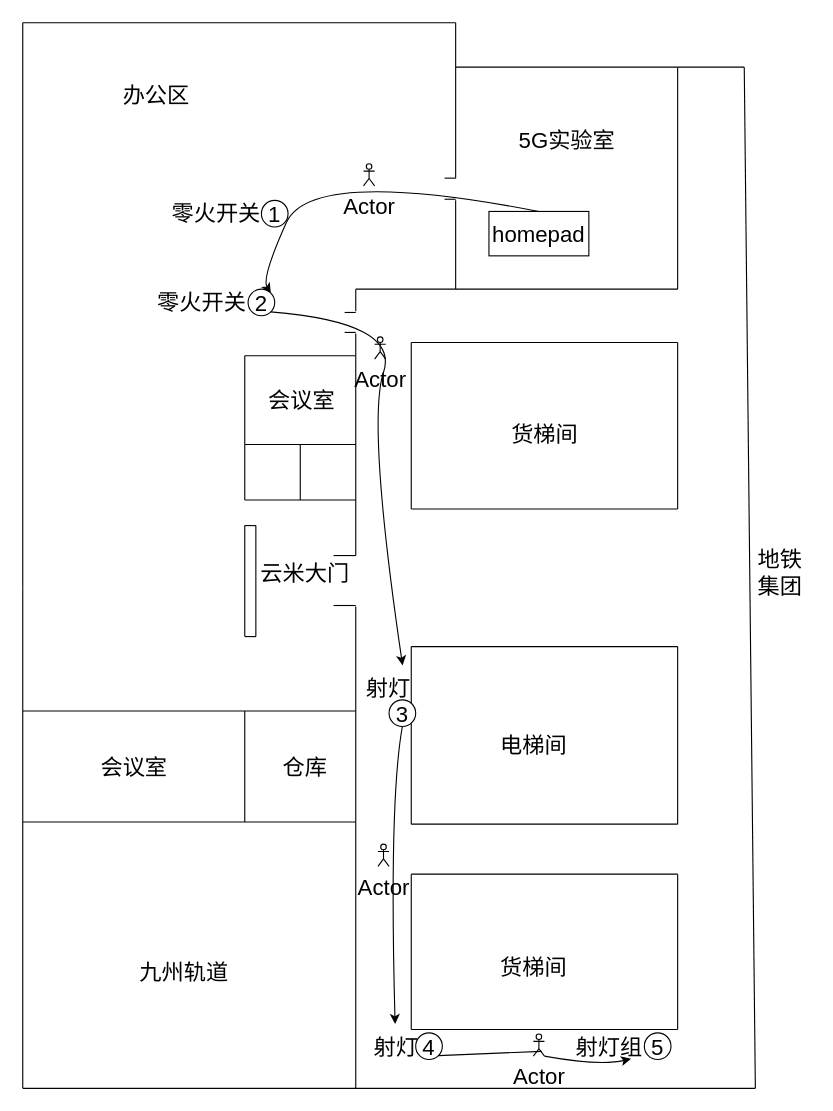
This is page "第 10 页" (10 of 10) of Untitled Diagram.drawio from echo-Github000/Anna, a draw.io file, before an edit. Source tidied: cells renumbered, new cells numbered last; positions are measured from the earlier drawing's top-left corner, leaving out a move shared by most shapes. Both pictures are drawn from the tidied source at 111%, with x=0, y=0 at pixel (22, 22).
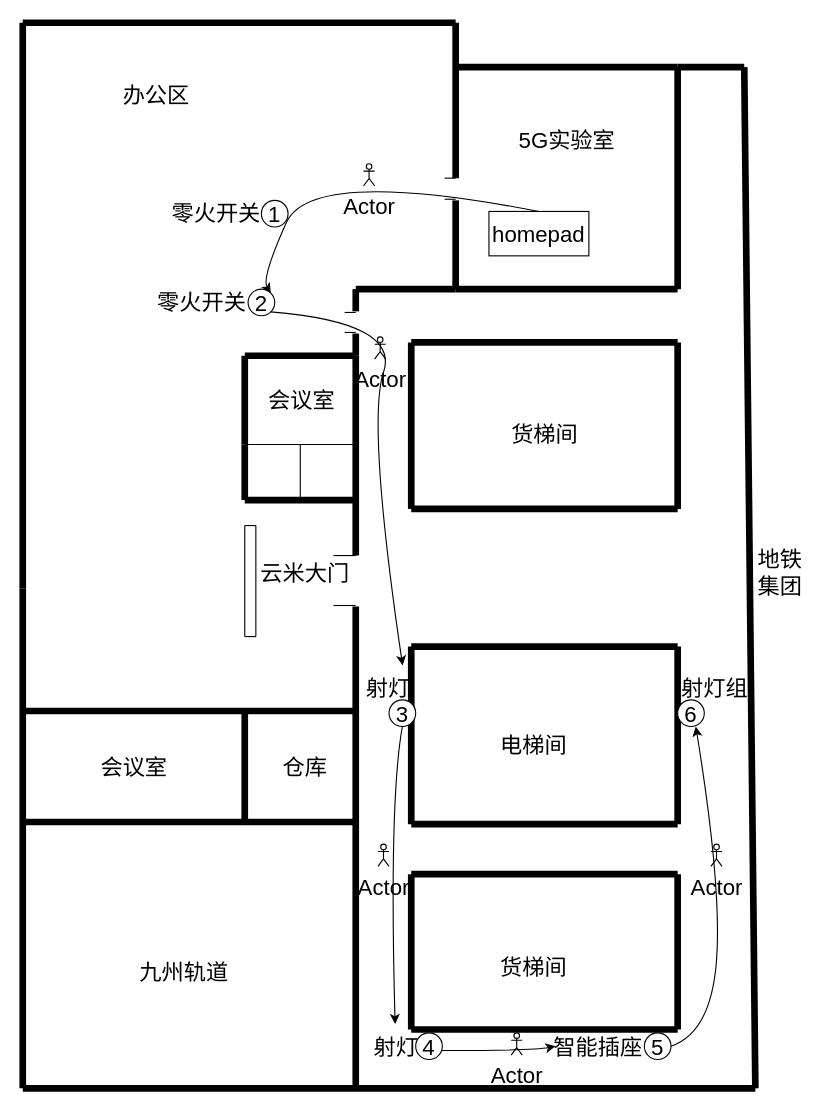
The same page after the edit.

Unchanged cells that the change refers to:
```xml
<mxCell id="58" value="4" style="ellipse;whiteSpace=wrap;html=1;fontSize=20;" parent="1" vertex="1">
  <mxGeometry x="354" y="910" width="24" height="24" as="geometry" />
</mxCell>
<mxCell id="59" value="5" style="ellipse;whiteSpace=wrap;html=1;fontSize=20;" parent="1" vertex="1">
  <mxGeometry x="560" y="910" width="24" height="24" as="geometry" />
</mxCell>
```

The edit, as a diff of the source:
```diff
@@
-    <mxCell id="2" style="endArrow=none;html=1;rounded=0;fontSize=20;" parent="1" edge="1">
+    <mxCell id="2" style="endArrow=none;html=1;rounded=0;fontSize=20;strokeWidth=6;" parent="1" edge="1">
       <mxGeometry relative="1" as="geometry">
         <mxPoint as="sourcePoint" />
         <mxPoint x="390" as="targetPoint" />
       </mxGeometry>
     </mxCell>
-    <mxCell id="3" style="endArrow=none;html=1;rounded=0;fontSize=20;" parent="1" edge="1">
+    <mxCell id="3" style="endArrow=none;html=1;rounded=0;fontSize=20;strokeWidth=6;" parent="1" edge="1">
       <mxGeometry relative="1" as="geometry">
         <mxPoint y="510" as="sourcePoint" />
         <mxPoint as="targetPoint" />
       </mxGeometry>
     </mxCell>
-    <mxCell id="4" style="endArrow=none;html=1;rounded=0;fontSize=20;" parent="1" edge="1">
+    <mxCell id="4" style="endArrow=none;html=1;rounded=0;fontSize=20;strokeWidth=6;" parent="1" edge="1">
       <mxGeometry relative="1" as="geometry">
         <mxPoint x="390" y="140" as="sourcePoint" />
         <mxPoint x="390" as="targetPoint" />
       </mxGeometry>
     </mxCell>
-    <mxCell id="5" style="endArrow=none;html=1;rounded=0;fontSize=20;" parent="1" edge="1">
+    <mxCell id="5" style="endArrow=none;html=1;rounded=0;fontSize=20;strokeWidth=6;" parent="1" edge="1">
       <mxGeometry relative="1" as="geometry">
         <mxPoint x="590" y="240" as="sourcePoint" />
         <mxPoint x="590" y="40" as="targetPoint" />
       </mxGeometry>
     </mxCell>
-    <mxCell id="6" style="endArrow=none;html=1;rounded=0;fontSize=20;" parent="1" edge="1">
+    <mxCell id="6" style="endArrow=none;html=1;rounded=0;fontSize=20;strokeWidth=6;" parent="1" edge="1">
       <mxGeometry relative="1" as="geometry">
         <mxPoint x="390" y="240" as="sourcePoint" />
         <mxPoint x="590" y="240" as="targetPoint" />
       </mxGeometry>
     </mxCell>
-    <mxCell id="7" style="endArrow=none;html=1;rounded=0;fontSize=20;" parent="1" edge="1">
+    <mxCell id="7" style="endArrow=none;html=1;rounded=0;fontSize=20;strokeWidth=6;" parent="1" edge="1">
       <mxGeometry relative="1" as="geometry">
         <mxPoint x="390" y="160" as="sourcePoint" />
         <mxPoint x="390" y="240" as="targetPoint" />
       </mxGeometry>
     </mxCell>
-    <mxCell id="8" style="endArrow=none;html=1;rounded=0;fontSize=20;" parent="1" edge="1">
+    <mxCell id="8" style="endArrow=none;html=1;rounded=0;fontSize=20;strokeWidth=6;" parent="1" edge="1">
       <mxGeometry relative="1" as="geometry">
         <mxPoint x="300" y="240" as="sourcePoint" />
         <mxPoint x="390" y="240" as="targetPoint" />
       </mxGeometry>
     </mxCell>
-    <mxCell id="9" style="endArrow=none;html=1;rounded=0;fontSize=20;" parent="1" edge="1">
+    <mxCell id="9" style="endArrow=none;html=1;rounded=0;fontSize=20;strokeWidth=6;" parent="1" edge="1">
       <mxGeometry relative="1" as="geometry">
         <mxPoint x="300" y="260" as="sourcePoint" />
         <mxPoint x="300" y="240" as="targetPoint" />
       </mxGeometry>
     </mxCell>
-    <mxCell id="10" style="endArrow=none;html=1;rounded=0;fontSize=20;" parent="1" edge="1">
+    <mxCell id="10" style="endArrow=none;html=1;rounded=0;fontSize=20;strokeWidth=6;" parent="1" edge="1">
       <mxGeometry relative="1" as="geometry">
         <mxPoint x="300" y="280" as="sourcePoint" />
         <mxPoint x="300" y="300" as="targetPoint" />
       </mxGeometry>
     </mxCell>
-    <mxCell id="11" style="endArrow=none;html=1;rounded=0;fontSize=20;" parent="1" edge="1">
+    <mxCell id="11" style="endArrow=none;html=1;rounded=0;fontSize=20;strokeWidth=6;" parent="1" edge="1">
       <mxGeometry relative="1" as="geometry">
         <mxPoint x="300" y="300" as="sourcePoint" />
         <mxPoint x="200" y="300" as="targetPoint" />
       </mxGeometry>
     </mxCell>
-    <mxCell id="12" style="endArrow=none;html=1;rounded=0;fontSize=20;" parent="1" edge="1">
+    <mxCell id="12" style="endArrow=none;html=1;rounded=0;fontSize=20;strokeWidth=6;" parent="1" edge="1">
       <mxGeometry relative="1" as="geometry">
         <mxPoint x="200" y="300" as="sourcePoint" />
         <mxPoint x="200" y="380" as="targetPoint" />
       </mxGeometry>
     </mxCell>
@@
-    <mxCell id="14" style="endArrow=none;html=1;rounded=0;fontSize=20;" parent="1" edge="1">
+    <mxCell id="14" style="endArrow=none;html=1;rounded=0;fontSize=20;strokeWidth=6;" parent="1" edge="1">
       <mxGeometry relative="1" as="geometry">
         <mxPoint x="300" y="300" as="sourcePoint" />
         <mxPoint x="300" y="480" as="targetPoint" />
       </mxGeometry>
     </mxCell>
-    <mxCell id="15" style="endArrow=none;html=1;rounded=0;fontSize=20;" parent="1" edge="1">
+    <mxCell id="15" style="endArrow=none;html=1;rounded=0;fontSize=20;strokeWidth=6;" parent="1" edge="1">
       <mxGeometry relative="1" as="geometry">
         <mxPoint x="200" y="380" as="sourcePoint" />
         <mxPoint x="200" y="430" as="targetPoint" />
       </mxGeometry>
     </mxCell>
-    <mxCell id="16" style="endArrow=none;html=1;rounded=0;fontSize=20;" parent="1" edge="1">
+    <mxCell id="16" style="endArrow=none;html=1;rounded=0;fontSize=20;strokeWidth=6;" parent="1" edge="1">
       <mxGeometry relative="1" as="geometry">
         <mxPoint x="200" y="430" as="sourcePoint" />
         <mxPoint x="300" y="430" as="targetPoint" />
         <Array as="points">
           <mxPoint x="250" y="430" />
         </Array>
       </mxGeometry>
     </mxCell>
@@
-    <mxCell id="26" style="endArrow=none;html=1;rounded=0;fontSize=20;" parent="1" edge="1">
+    <mxCell id="26" style="endArrow=none;html=1;rounded=0;fontSize=20;strokeWidth=6;" parent="1" edge="1">
       <mxGeometry relative="1" as="geometry">
         <mxPoint x="300" y="526" as="sourcePoint" />
         <mxPoint x="300" y="720" as="targetPoint" />
       </mxGeometry>
     </mxCell>
@@
-    <mxCell id="29" style="endArrow=none;html=1;rounded=0;fontSize=20;" parent="1" edge="1">
+    <mxCell id="29" style="endArrow=none;html=1;rounded=0;fontSize=20;strokeWidth=6;" parent="1" edge="1">
       <mxGeometry relative="1" as="geometry">
         <mxPoint x="300" y="620" as="sourcePoint" />
         <mxPoint y="620" as="targetPoint" />
       </mxGeometry>
     </mxCell>
-    <mxCell id="30" style="endArrow=none;html=1;rounded=0;fontSize=20;" parent="1" edge="1">
+    <mxCell id="30" style="endArrow=none;html=1;rounded=0;fontSize=20;strokeWidth=6;" parent="1" edge="1">
       <mxGeometry relative="1" as="geometry">
         <mxPoint y="510" as="sourcePoint" />
         <mxPoint y="720" as="targetPoint" />
       </mxGeometry>
     </mxCell>
-    <mxCell id="31" style="endArrow=none;html=1;rounded=0;fontSize=20;" parent="1" edge="1">
+    <mxCell id="31" style="endArrow=none;html=1;rounded=0;fontSize=20;strokeWidth=6;" parent="1" edge="1">
       <mxGeometry relative="1" as="geometry">
         <mxPoint y="720" as="sourcePoint" />
         <mxPoint x="300" y="720" as="targetPoint" />
       </mxGeometry>
     </mxCell>
-    <mxCell id="32" style="endArrow=none;html=1;rounded=0;fontSize=20;" parent="1" edge="1">
+    <mxCell id="32" style="endArrow=none;html=1;rounded=0;fontSize=20;strokeWidth=6;" parent="1" edge="1">
       <mxGeometry relative="1" as="geometry">
         <mxPoint x="200" y="620" as="sourcePoint" />
         <mxPoint x="200" y="720" as="targetPoint" />
       </mxGeometry>
     </mxCell>
-    <mxCell id="33" style="endArrow=none;html=1;rounded=0;fontSize=20;" parent="1" edge="1">
+    <mxCell id="33" style="endArrow=none;html=1;rounded=0;fontSize=20;strokeWidth=6;" parent="1" edge="1">
       <mxGeometry relative="1" as="geometry">
         <mxPoint x="390" y="40" as="sourcePoint" />
         <mxPoint x="590" y="40" as="targetPoint" />
       </mxGeometry>
     </mxCell>
-    <mxCell id="34" style="endArrow=none;html=1;rounded=0;fontSize=20;" parent="1" edge="1">
+    <mxCell id="34" style="endArrow=none;html=1;rounded=0;fontSize=20;strokeWidth=6;" parent="1" edge="1">
       <mxGeometry relative="1" as="geometry">
         <mxPoint x="350" y="288" as="sourcePoint" />
         <mxPoint x="590" y="288" as="targetPoint" />
       </mxGeometry>
     </mxCell>
-    <mxCell id="35" style="endArrow=none;html=1;rounded=0;fontSize=20;" parent="1" edge="1">
+    <mxCell id="35" style="endArrow=none;html=1;rounded=0;fontSize=20;strokeWidth=6;" parent="1" edge="1">
       <mxGeometry relative="1" as="geometry">
         <mxPoint x="350" y="438" as="sourcePoint" />
         <mxPoint x="350" y="288" as="targetPoint" />
       </mxGeometry>
     </mxCell>
-    <mxCell id="36" style="endArrow=none;html=1;rounded=0;fontSize=20;" parent="1" edge="1">
+    <mxCell id="36" style="endArrow=none;html=1;rounded=0;fontSize=20;strokeWidth=6;" parent="1" edge="1">
       <mxGeometry relative="1" as="geometry">
         <mxPoint x="350" y="438" as="sourcePoint" />
         <mxPoint x="590" y="438" as="targetPoint" />
       </mxGeometry>
     </mxCell>
-    <mxCell id="37" style="endArrow=none;html=1;rounded=0;fontSize=20;" parent="1" edge="1">
+    <mxCell id="37" style="endArrow=none;html=1;rounded=0;fontSize=20;strokeWidth=6;" parent="1" edge="1">
       <mxGeometry relative="1" as="geometry">
         <mxPoint x="590" y="438" as="sourcePoint" />
         <mxPoint x="590" y="288" as="targetPoint" />
       </mxGeometry>
     </mxCell>
-    <mxCell id="38" style="endArrow=none;html=1;rounded=0;fontSize=20;" parent="1" edge="1">
+    <mxCell id="38" style="endArrow=none;html=1;rounded=0;fontSize=20;strokeWidth=6;" parent="1" edge="1">
       <mxGeometry relative="1" as="geometry">
         <mxPoint x="590" y="562" as="sourcePoint" />
         <mxPoint x="350" y="562" as="targetPoint" />
       </mxGeometry>
     </mxCell>
-    <mxCell id="39" style="endArrow=none;html=1;rounded=0;fontSize=20;" parent="1" edge="1">
+    <mxCell id="39" style="endArrow=none;html=1;rounded=0;fontSize=20;strokeWidth=6;" parent="1" edge="1">
       <mxGeometry relative="1" as="geometry">
         <mxPoint x="350" y="722" as="sourcePoint" />
         <mxPoint x="350" y="562" as="targetPoint" />
       </mxGeometry>
     </mxCell>
-    <mxCell id="40" style="endArrow=none;html=1;rounded=0;fontSize=20;" parent="1" edge="1">
+    <mxCell id="40" style="endArrow=none;html=1;rounded=0;fontSize=20;strokeWidth=6;" parent="1" edge="1">
       <mxGeometry relative="1" as="geometry">
         <mxPoint y="720" as="sourcePoint" />
         <mxPoint y="960" as="targetPoint" />
       </mxGeometry>
     </mxCell>
-    <mxCell id="41" style="endArrow=none;html=1;rounded=0;fontSize=20;" parent="1" edge="1">
+    <mxCell id="41" style="endArrow=none;html=1;rounded=0;fontSize=20;strokeWidth=6;" parent="1" edge="1">
       <mxGeometry relative="1" as="geometry">
         <mxPoint x="300" y="720" as="sourcePoint" />
         <mxPoint x="300" y="960" as="targetPoint" />
       </mxGeometry>
     </mxCell>
-    <mxCell id="42" style="endArrow=none;html=1;rounded=0;fontSize=20;" parent="1" edge="1">
+    <mxCell id="42" style="endArrow=none;html=1;rounded=0;fontSize=20;strokeWidth=6;" parent="1" edge="1">
       <mxGeometry relative="1" as="geometry">
         <mxPoint x="350" y="722" as="sourcePoint" />
         <mxPoint x="590" y="722" as="targetPoint" />
       </mxGeometry>
     </mxCell>
-    <mxCell id="43" style="endArrow=none;html=1;rounded=0;fontSize=20;" parent="1" edge="1">
+    <mxCell id="43" style="endArrow=none;html=1;rounded=0;fontSize=20;strokeWidth=6;" parent="1" edge="1">
       <mxGeometry relative="1" as="geometry">
         <mxPoint x="590" y="722" as="sourcePoint" />
         <mxPoint x="590" y="562" as="targetPoint" />
       </mxGeometry>
     </mxCell>
-    <mxCell id="44" style="endArrow=none;html=1;rounded=0;fontSize=20;" parent="1" edge="1">
+    <mxCell id="44" style="endArrow=none;html=1;rounded=0;fontSize=20;strokeWidth=6;" parent="1" edge="1">
       <mxGeometry relative="1" as="geometry">
         <mxPoint x="350" y="907" as="sourcePoint" />
         <mxPoint x="350" y="767" as="targetPoint" />
       </mxGeometry>
     </mxCell>
-    <mxCell id="45" style="endArrow=none;html=1;rounded=0;fontSize=20;" parent="1" edge="1">
+    <mxCell id="45" style="endArrow=none;html=1;rounded=0;fontSize=20;strokeWidth=6;" parent="1" edge="1">
       <mxGeometry relative="1" as="geometry">
         <mxPoint x="590" y="767" as="sourcePoint" />
         <mxPoint x="350" y="767" as="targetPoint" />
       </mxGeometry>
     </mxCell>
-    <mxCell id="46" style="endArrow=none;html=1;rounded=0;fontSize=20;" parent="1" edge="1">
+    <mxCell id="46" style="endArrow=none;html=1;rounded=0;fontSize=20;strokeWidth=6;" parent="1" edge="1">
       <mxGeometry relative="1" as="geometry">
         <mxPoint x="590" y="907" as="sourcePoint" />
         <mxPoint x="350" y="907" as="targetPoint" />
       </mxGeometry>
     </mxCell>
-    <mxCell id="47" style="endArrow=none;html=1;rounded=0;fontSize=20;" parent="1" edge="1">
+    <mxCell id="47" style="endArrow=none;html=1;rounded=0;fontSize=20;strokeWidth=6;" parent="1" edge="1">
       <mxGeometry relative="1" as="geometry">
         <mxPoint x="590" y="907" as="sourcePoint" />
         <mxPoint x="590" y="767" as="targetPoint" />
       </mxGeometry>
     </mxCell>
-    <mxCell id="48" style="endArrow=none;html=1;rounded=0;fontSize=20;" parent="1" edge="1">
+    <mxCell id="48" style="endArrow=none;html=1;rounded=0;fontSize=20;strokeWidth=6;" parent="1" edge="1">
       <mxGeometry relative="1" as="geometry">
         <mxPoint y="960" as="sourcePoint" />
         <mxPoint x="660" y="960" as="targetPoint" />
       </mxGeometry>
     </mxCell>
-    <mxCell id="49" style="endArrow=none;html=1;rounded=0;fontSize=20;" parent="1" edge="1">
+    <mxCell id="49" style="endArrow=none;html=1;rounded=0;fontSize=20;strokeWidth=6;" parent="1" edge="1">
       <mxGeometry relative="1" as="geometry">
         <mxPoint x="660" y="960" as="sourcePoint" />
         <mxPoint x="650" y="40" as="targetPoint" />
       </mxGeometry>
     </mxCell>
-    <mxCell id="50" style="endArrow=none;html=1;rounded=0;fontSize=20;" parent="1" edge="1">
+    <mxCell id="50" style="endArrow=none;html=1;rounded=0;fontSize=20;strokeWidth=6;" parent="1" edge="1">
       <mxGeometry relative="1" as="geometry">
         <mxPoint x="590" y="40" as="sourcePoint" />
         <mxPoint x="650" y="40" as="targetPoint" />
       </mxGeometry>
     </mxCell>
@@
-    <mxCell id="61" value="射灯组" style="text;html=1;align=center;verticalAlign=middle;points=[];strokeColor=none;fillColor=none;fontSize=20;" parent="1" vertex="1">
-      <mxGeometry x="488" y="902" width="80" height="40" as="geometry" />
+    <mxCell id="61" value="智能插座" style="text;html=1;align=center;verticalAlign=middle;points=[];strokeColor=none;fillColor=none;fontSize=20;" parent="1" vertex="1">
+      <mxGeometry x="468" y="902" width="100" height="40" as="geometry" />
     </mxCell>
@@
-    <mxCell id="66" style="curved=1;endArrow=classic;html=1;rounded=0;exitX=1;exitY=1;exitDx=0;exitDy=0;entryX=0.75;entryY=0.783;entryDx=0;entryDy=0;entryPerimeter=0;startArrow=none;fontSize=20;" parent="1" edge="1" source="69" target="61">
-      <mxGeometry relative="1" as="geometry">
-        <Array as="points">
-          <mxPoint x="520" y="940" />
-        </Array>
-      </mxGeometry>
-    </mxCell>
@@
-    <mxCell id="69" value="Actor" style="shape=umlActor;verticalLabelPosition=bottom;verticalAlign=top;html=1;outlineConnect=0;fontSize=20;" parent="1" vertex="1">
-      <mxGeometry x="460" y="911" width="10" height="20" as="geometry" />
-    </mxCell>
-    <mxCell id="70" style="curved=1;endArrow=none;html=1;rounded=0;exitX=1;exitY=1;exitDx=0;exitDy=0;entryX=0.75;entryY=0.783;entryDx=0;entryDy=0;entryPerimeter=0;fontSize=20;" parent="1" edge="1" source="58" target="69">
-      <mxGeometry relative="1" as="geometry" />
-    </mxCell>
@@
-    <mxCell id="75" value="云米大门" style="text;html=1;align=center;verticalAlign=middle;strokeColor=none;fillColor=none;fontSize=20;" parent="1" vertex="1">
+    <mxCell id="75" value="云米大门" style="text;html=1;align=center;verticalAlign=middle;strokeColor=none;fillColor=none;fontSize=20;strokeWidth=6;" parent="1" vertex="1">
       <mxGeometry x="204" y="475" width="100" height="40" as="geometry" />
     </mxCell>
@@
+    <mxCell id="82" value="6" style="ellipse;whiteSpace=wrap;html=1;fontSize=20;" parent="1" vertex="1">
+      <mxGeometry x="590" y="610" width="24" height="24" as="geometry" />
+    </mxCell>
+    <mxCell id="83" value="射灯组" style="text;html=1;align=center;verticalAlign=middle;strokeColor=none;fillColor=none;fontSize=20;" parent="1" vertex="1">
+      <mxGeometry x="583" y="579" width="80" height="40" as="geometry" />
+    </mxCell>
+    <mxCell id="84" style="curved=1;endArrow=classic;html=1;rounded=0;strokeWidth=1;fontSize=20;exitX=0.97;exitY=0.663;exitDx=0;exitDy=0;exitPerimeter=0;" parent="1" edge="1" source="58">
+      <mxGeometry relative="1" as="geometry">
+        <mxPoint x="480" y="922" as="targetPoint" />
+        <Array as="points">
+          <mxPoint x="460" y="926" />
+        </Array>
+      </mxGeometry>
+    </mxCell>
+    <mxCell id="85" style="curved=1;endArrow=classic;html=1;rounded=0;strokeWidth=1;fontSize=20;exitX=1;exitY=0.5;exitDx=0;exitDy=0;entryX=0.681;entryY=1;entryDx=0;entryDy=0;entryPerimeter=0;" parent="1" edge="1" source="59" target="82">
+      <mxGeometry relative="1" as="geometry">
+        <Array as="points">
+          <mxPoint x="620" y="910" />
+          <mxPoint x="630" y="780" />
+        </Array>
+      </mxGeometry>
+    </mxCell>
+    <mxCell id="86" value="Actor" style="shape=umlActor;verticalLabelPosition=bottom;verticalAlign=top;html=1;fontSize=20;" parent="1" vertex="1">
+      <mxGeometry x="620" y="740" width="10" height="20" as="geometry" />
+    </mxCell>
+    <mxCell id="87" value="Actor" style="shape=umlActor;verticalLabelPosition=bottom;verticalAlign=top;html=1;fontSize=20;" parent="1" vertex="1">
+      <mxGeometry x="440" y="910" width="10" height="20" as="geometry" />
+    </mxCell>
```
